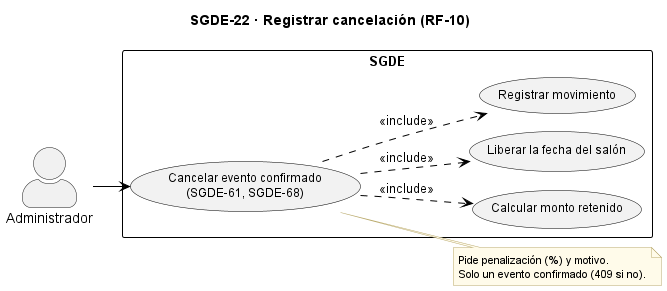
This is docs/casos_uso_sgde/SGDE-22_Registrar_cancelacion.png from AndreCamx2/Gestion-De-Eventos, a PlantUML export, as it was before one commit.
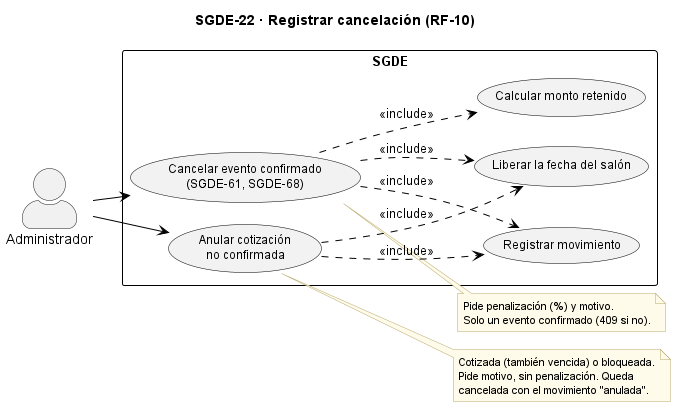
After the change.

Diff of the diagram source:
```diff
@@ -28,15 +28,25 @@
   usecase "Calcular monto retenido" as UC2
   usecase "Liberar la fecha del salón" as UC3
   usecase "Registrar movimiento" as UC4
+  usecase "Anular cotización\nno confirmada" as UC5
 }
 
 AD --> UC1
+AD --> UC5
 UC1 ..> UC2 : <<include>>
 UC1 ..> UC3 : <<include>>
 UC1 ..> UC4 : <<include>>
+UC5 ..> UC3 : <<include>>
+UC5 ..> UC4 : <<include>>
 
 note right of UC1
   Pide penalización (%) y motivo.
   Solo un evento confirmado (409 si no).
 end note
+
+note right of UC5
+  Cotizada (también vencida) o bloqueada.
+  Pide motivo, sin penalización. Queda
+  cancelada con el movimiento "anulada".
+end note
 @enduml
```
